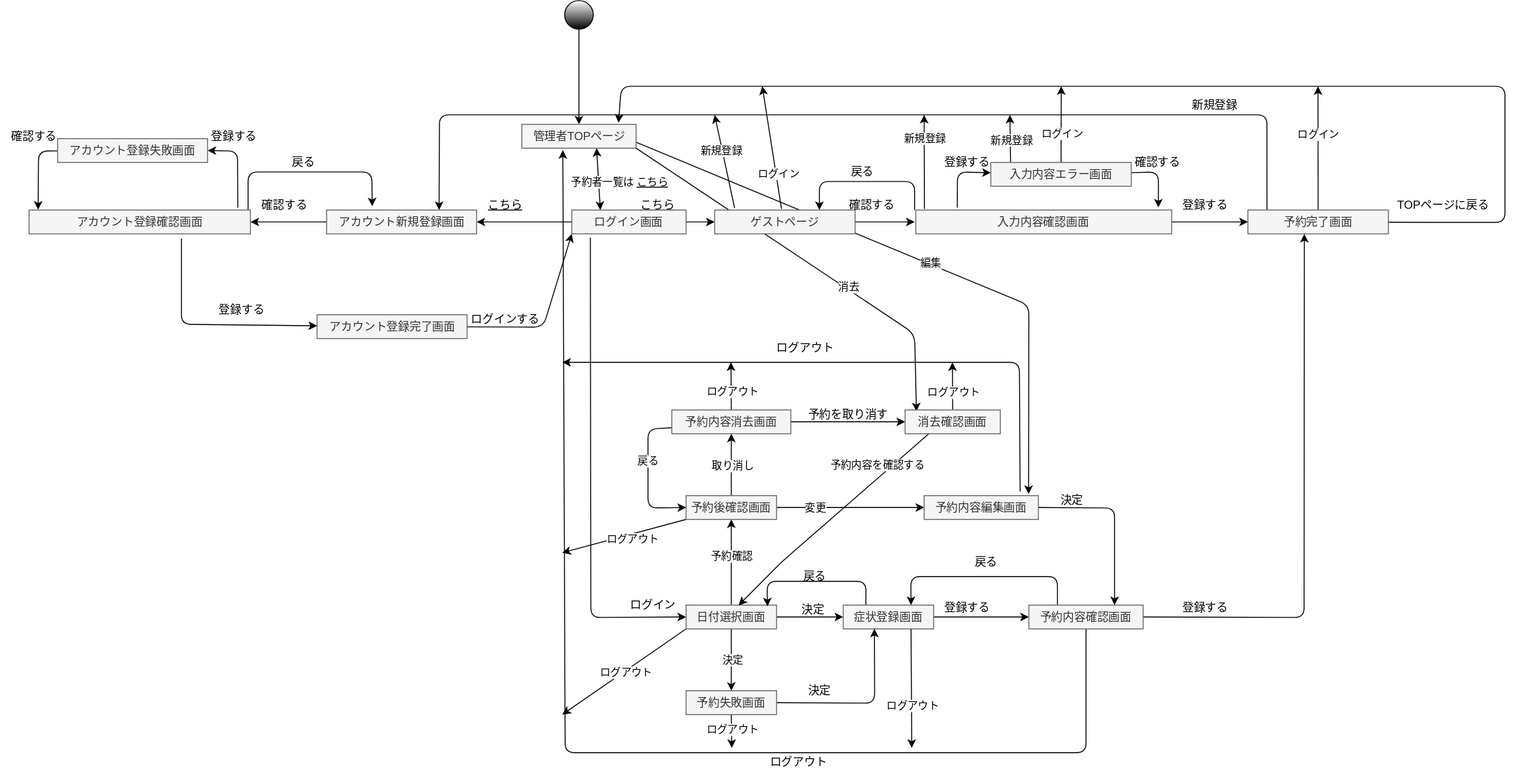
sakamotoshuri/uml_introduction keeps this draw.io diagram as pja.drawio.svg. Above is the earlier version. Source tidied: cells renumbered, new cells last; positions are measured from the earlier drawing's top-left corner, leaving out a move shared by most shapes.
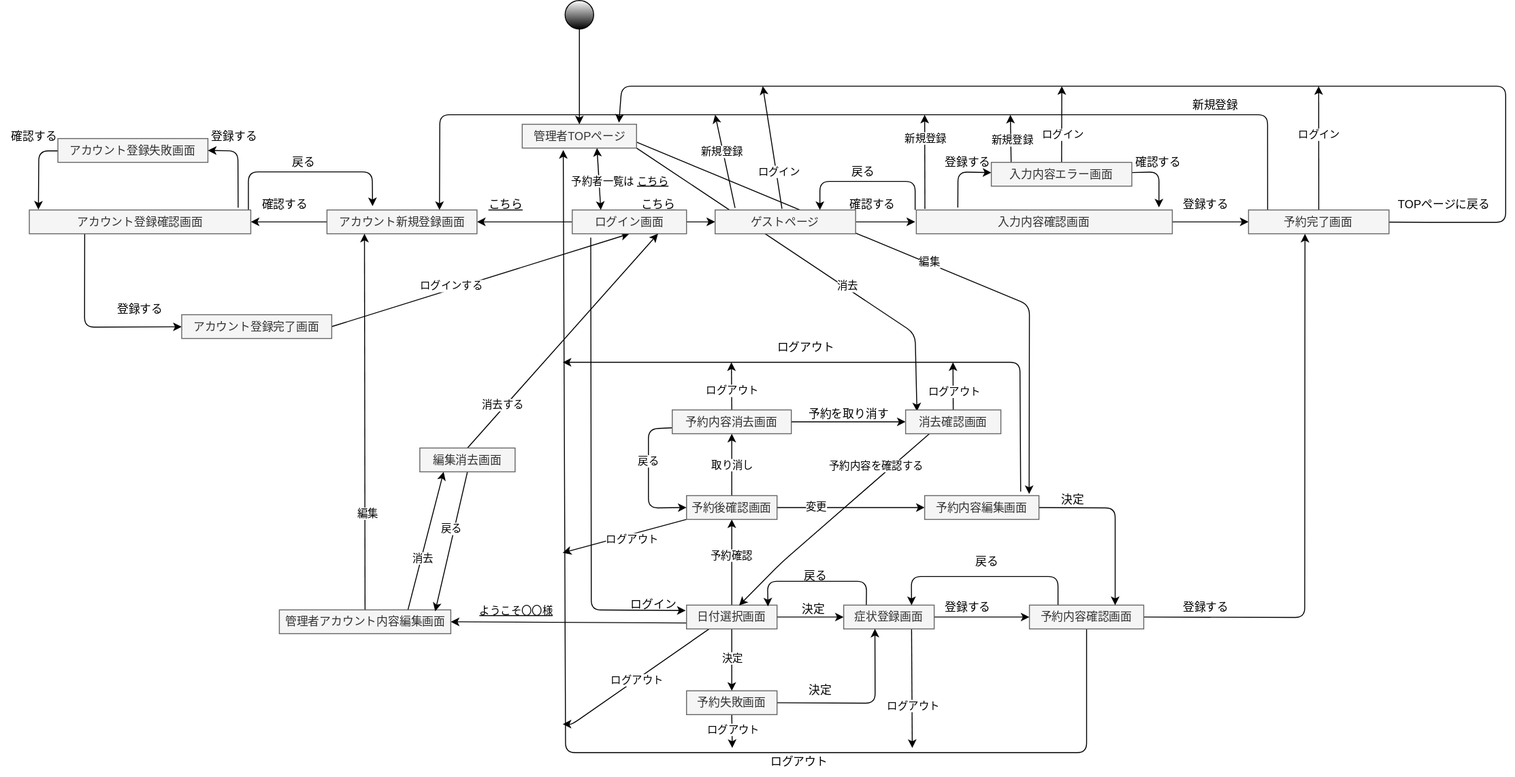
Above is the later version.

The edit, as a diff of the source:
```diff
@@ -14,10 +14,10 @@
     <mxCell id="5" style="edgeStyle=none;html=1;exitX=0;exitY=0.5;exitDx=0;exitDy=0;" parent="1" edge="1" source="115" target="44">
       <mxGeometry relative="1" as="geometry" />
     </mxCell>
-    <mxCell id="6" style="edgeStyle=none;html=1;startArrow=none;startFill=0;endArrow=classic;endFill=1;entryX=0;entryY=0.5;entryDx=0;entryDy=0;exitX=0.162;exitY=1.164;exitDx=0;exitDy=0;exitPerimeter=0;" parent="1" edge="1" source="115" target="68">
+    <mxCell id="6" style="edgeStyle=none;html=1;startArrow=none;startFill=0;endArrow=classic;endFill=1;entryX=0.986;entryY=0.69;entryDx=0;entryDy=0;exitX=0.162;exitY=1.164;exitDx=0;exitDy=0;exitPerimeter=0;entryPerimeter=0;" parent="1" edge="1" source="115" target="69">
       <mxGeometry relative="1" as="geometry">
         <Array as="points">
-          <mxPoint x="620" y="648" />
+          <mxPoint x="620" y="640" />
         </Array>
       </mxGeometry>
     </mxCell>
@@ -200,11 +200,10 @@
     <mxCell id="45" value="&lt;u&gt;こちら&lt;/u&gt;" style="text;html=1;align=center;verticalAlign=middle;strokeColor=none;fillColor=none;" parent="1" vertex="1">
       <mxGeometry x="500" y="200" width="60" height="30" as="geometry" />
     </mxCell>
-    <mxCell id="46" style="edgeStyle=none;html=1;" parent="1" edge="1" target="52">
+    <mxCell id="46" style="edgeStyle=none;html=1;exitX=0.25;exitY=1;exitDx=0;exitDy=0;" parent="1" edge="1" source="49" target="52">
       <mxGeometry relative="1" as="geometry">
-        <mxPoint x="190" y="250" as="sourcePoint" />
         <Array as="points">
-          <mxPoint x="190" y="340" />
+          <mxPoint x="88" y="343" />
         </Array>
       </mxGeometry>
     </mxCell>
@@ -231,18 +230,19 @@
     <mxCell id="50" value="確認する" style="text;html=1;align=center;verticalAlign=middle;" parent="1" vertex="1">
       <mxGeometry x="262.5" y="200" width="70" height="30" as="geometry" />
     </mxCell>
-    <mxCell id="51" style="edgeStyle=none;html=1;startArrow=none;startFill=0;endArrow=classic;endFill=1;entryX=0;entryY=1;entryDx=0;entryDy=0;" parent="1" edge="1" source="52" target="115">
-      <mxGeometry relative="1" as="geometry">
-        <Array as="points">
-          <mxPoint x="570" y="343" />
-        </Array>
-      </mxGeometry>
+    <mxCell id="51" style="edgeStyle=none;html=1;startArrow=none;startFill=0;endArrow=classic;endFill=1;entryX=0.5;entryY=1;entryDx=0;entryDy=0;exitX=1;exitY=0.5;exitDx=0;exitDy=0;" parent="1" edge="1" source="52" target="115">
+      <mxGeometry relative="1" as="geometry" />
     </mxCell>
+    <mxCell id="60" value="ログインする" style="edgeLabel;html=1;align=center;verticalAlign=middle;" parent="51" vertex="1">
+      <mxGeometry x="-0.69" y="3" relative="1" as="geometry">
+        <mxPoint x="77" y="-25" as="offset" />
+      </mxGeometry>
+    </mxCell>
     <mxCell id="52" value="アカウント登録完了画面" style="whiteSpace=wrap;html=1;fillColor=#f5f5f5;fontColor=#333333;strokeColor=#666666;" parent="1" vertex="1">
-      <mxGeometry x="332.5" y="330" width="157.5" height="25" as="geometry" />
+      <mxGeometry x="190" y="330" width="157.5" height="25" as="geometry" />
     </mxCell>
     <mxCell id="53" value="登録する" style="text;html=1;align=center;verticalAlign=middle;" parent="1" vertex="1">
-      <mxGeometry x="217.5" y="310" width="70" height="30" as="geometry" />
+      <mxGeometry x="111.2" y="310" width="70" height="30" as="geometry" />
     </mxCell>
     <mxCell id="54" style="edgeStyle=none;html=1;entryX=0.041;entryY=-0.015;entryDx=0;entryDy=0;entryPerimeter=0;" parent="1" edge="1" source="55" target="49">
       <mxGeometry relative="1" as="geometry">
@@ -266,9 +266,6 @@
     <mxCell id="59" value="新規登録" style="text;html=1;align=center;verticalAlign=middle;strokeColor=none;fillColor=none;" parent="1" vertex="1">
       <mxGeometry x="1240" y="95" width="70" height="30" as="geometry" />
     </mxCell>
-    <mxCell id="60" value="ログインする" style="text;html=1;align=center;verticalAlign=middle;strokeColor=none;fillColor=none;" parent="1" vertex="1">
-      <mxGeometry x="480" y="320" width="100" height="30" as="geometry" />
-    </mxCell>
     <mxCell id="61" style="edgeStyle=none;html=1;startArrow=none;startFill=0;endArrow=classic;endFill=1;" parent="1" edge="1" source="68" target="74">
       <mxGeometry relative="1" as="geometry" />
     </mxCell>
@@ -280,9 +277,12 @@
         <mxPoint y="12" as="offset" />
       </mxGeometry>
     </mxCell>
-    <mxCell id="64" style="edgeStyle=none;html=1;exitX=0;exitY=1;exitDx=0;exitDy=0;startArrow=none;startFill=0;endArrow=classic;endFill=1;" parent="1" edge="1" source="68">
+    <mxCell id="64" style="edgeStyle=none;html=1;exitX=0.25;exitY=1;exitDx=0;exitDy=0;startArrow=none;startFill=0;endArrow=classic;endFill=1;" parent="1" edge="1" source="68">
       <mxGeometry relative="1" as="geometry">
-        <mxPoint x="590" y="750" as="targetPoint" />
+        <mxPoint x="590" y="760" as="targetPoint" />
+        <Array as="points">
+          <mxPoint x="600" y="760" />
+        </Array>
       </mxGeometry>
     </mxCell>
     <mxCell id="65" value="ログアウト" style="edgeLabel;html=1;align=center;verticalAlign=middle;" parent="64" vertex="1">
@@ -296,6 +296,9 @@
     <mxCell id="67" value="予約確認" style="edgeLabel;html=1;align=center;verticalAlign=middle;" parent="66" vertex="1">
       <mxGeometry x="0.18" y="1" relative="1" as="geometry" />
     </mxCell>
+    <mxCell id="116" style="edgeStyle=none;html=1;exitX=0;exitY=0.75;exitDx=0;exitDy=0;entryX=1;entryY=0.5;entryDx=0;entryDy=0;" parent="1" edge="1" source="68" target="121">
+      <mxGeometry relative="1" as="geometry" />
+    </mxCell>
     <mxCell id="68" value="日付選択画面" style="whiteSpace=wrap;html=1;fillColor=#f5f5f5;fontColor=#333333;strokeColor=#666666;" parent="1" vertex="1">
       <mxGeometry x="720" y="635" width="95" height="25" as="geometry" />
     </mxCell>
@@ -503,5 +506,40 @@
     <mxCell id="115" value="ログイン画面" style="whiteSpace=wrap;html=1;fillColor=#f5f5f5;fontColor=#333333;strokeColor=#666666;" parent="1" vertex="1">
       <mxGeometry x="600" y="220" width="120" height="25" as="geometry" />
     </mxCell>
+    <mxCell id="117" style="edgeStyle=none;html=1;entryX=0.25;entryY=1;entryDx=0;entryDy=0;" parent="1" edge="1" source="121" target="44">
+      <mxGeometry relative="1" as="geometry" />
+    </mxCell>
+    <mxCell id="118" value="編集" style="edgeLabel;html=1;align=center;verticalAlign=middle;" parent="117" vertex="1">
+      <mxGeometry x="-0.48" y="-2" relative="1" as="geometry" />
+    </mxCell>
+    <mxCell id="119" style="edgeStyle=none;html=1;exitX=0.75;exitY=0;exitDx=0;exitDy=0;entryX=0.25;entryY=1;entryDx=0;entryDy=0;" parent="1" edge="1" source="121" target="127">
+      <mxGeometry relative="1" as="geometry" />
+    </mxCell>
+    <mxCell id="120" value="消去" style="edgeLabel;html=1;align=center;verticalAlign=middle;" parent="119" vertex="1">
+      <mxGeometry x="-0.26" y="-1" relative="1" as="geometry">
+        <mxPoint y="-1" as="offset" />
+      </mxGeometry>
+    </mxCell>
+    <mxCell id="121" value="管理者アカウント内容編集画面" style="whiteSpace=wrap;html=1;fillColor=#f5f5f5;fontColor=#333333;strokeColor=#666666;" parent="1" vertex="1">
+      <mxGeometry x="292.5" y="640" width="180" height="25" as="geometry" />
+    </mxCell>
+    <mxCell id="122" value="ようこそ〇〇様" style="edgeLabel;html=1;align=center;verticalAlign=middle;fontStyle=4;" parent="1" vertex="1">
+      <mxGeometry x="540" y="640" as="geometry" />
+    </mxCell>
+    <mxCell id="123" style="edgeStyle=none;html=1;exitX=0.5;exitY=0;exitDx=0;exitDy=0;entryX=0.75;entryY=1;entryDx=0;entryDy=0;" parent="1" edge="1" source="127" target="115">
+      <mxGeometry relative="1" as="geometry" />
+    </mxCell>
+    <mxCell id="124" value="消去する" style="edgeLabel;html=1;align=center;verticalAlign=middle;" parent="123" vertex="1">
+      <mxGeometry x="-0.61" y="3" relative="1" as="geometry" />
+    </mxCell>
+    <mxCell id="125" style="edgeStyle=none;html=1;exitX=0.5;exitY=1;exitDx=0;exitDy=0;entryX=0.909;entryY=0.057;entryDx=0;entryDy=0;entryPerimeter=0;" parent="1" edge="1" source="127" target="121">
+      <mxGeometry relative="1" as="geometry" />
+    </mxCell>
+    <mxCell id="126" value="戻る" style="edgeLabel;html=1;align=center;verticalAlign=middle;" parent="125" vertex="1">
+      <mxGeometry x="-0.18" y="-4" relative="1" as="geometry" />
+    </mxCell>
+    <mxCell id="127" value="編集消去画面" style="whiteSpace=wrap;html=1;fillColor=#f5f5f5;fontColor=#333333;strokeColor=#666666;" parent="1" vertex="1">
+      <mxGeometry x="440" y="470" width="100" height="25" as="geometry" />
+    </mxCell>
   </root>
 </mxGraphModel>
```
